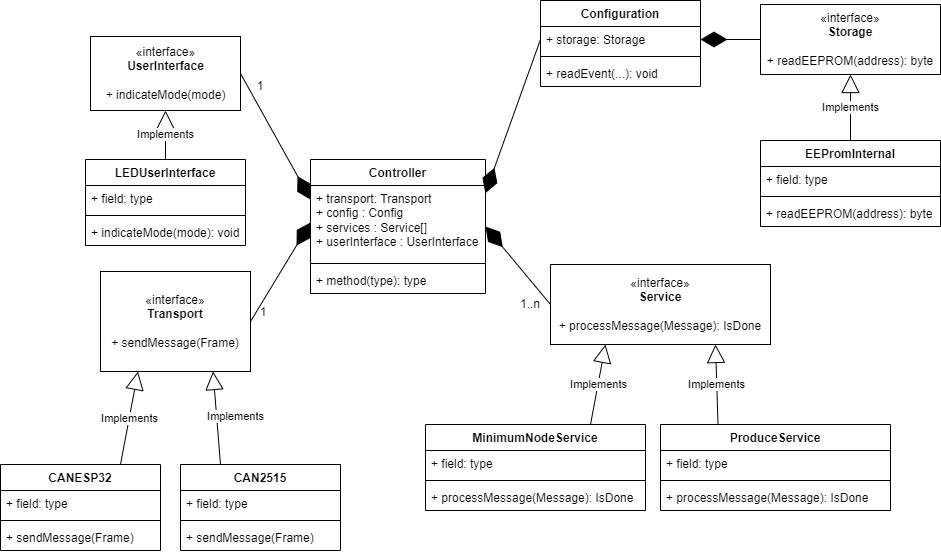
SvenRosvall/VLCB-Arduino keeps this draw.io diagram as docs/VLCB-Arduino-Classes.png. Above is the earlier version. Source tidied: cells renumbered, new cells last; positions are measured from the earlier drawing's top-left corner, leaving out a move shared by most shapes.
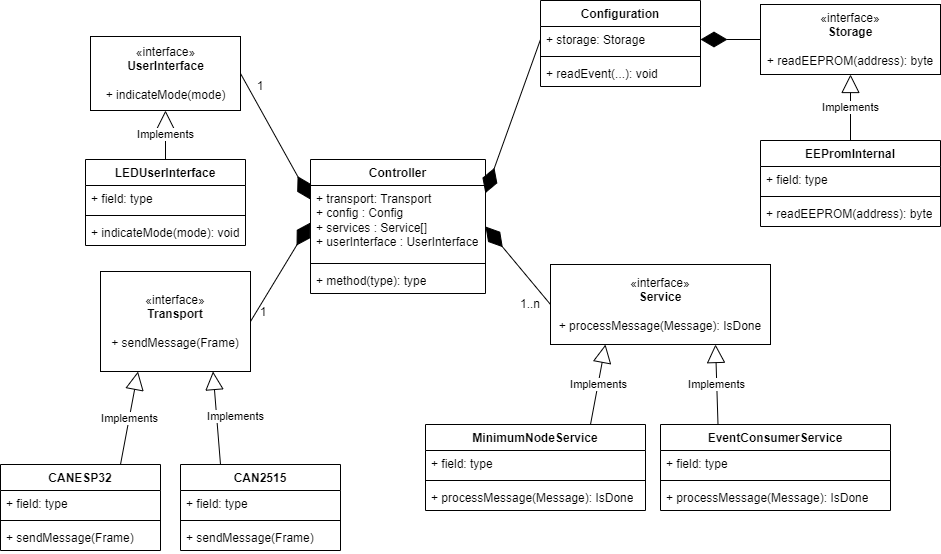
The same file after the commit.

Change to the diagram source:
```diff
@@ -73,7 +73,7 @@
     <mxCell id="24" value="Implements" style="endArrow=block;endSize=16;endFill=0;html=1;rounded=0;entryX=0.25;entryY=1;entryDx=0;entryDy=0;exitX=0.75;exitY=0;exitDx=0;exitDy=0;" parent="1" edge="1" source="20" target="19">
       <mxGeometry relative="1" as="geometry" />
     </mxCell>
-    <mxCell id="25" value="ProduceService" style="swimlane;fontStyle=1;align=center;verticalAlign=top;horizontal=1;startSize=26;whiteSpace=wrap;html=1;" parent="1" vertex="1">
+    <mxCell id="25" value="EventConsumerService" style="swimlane;fontStyle=1;align=center;verticalAlign=top;horizontal=1;startSize=26;whiteSpace=wrap;html=1;" parent="1" vertex="1">
       <mxGeometry x="660" y="424" width="230" height="86" as="geometry" />
     </mxCell>
     <mxCell id="26" value="+ field: type" style="text;strokeColor=none;fillColor=none;align=left;verticalAlign=top;spacingLeft=4;spacingRight=4;overflow=hidden;whiteSpace=wrap;html=1;" parent="25" vertex="1">
```
